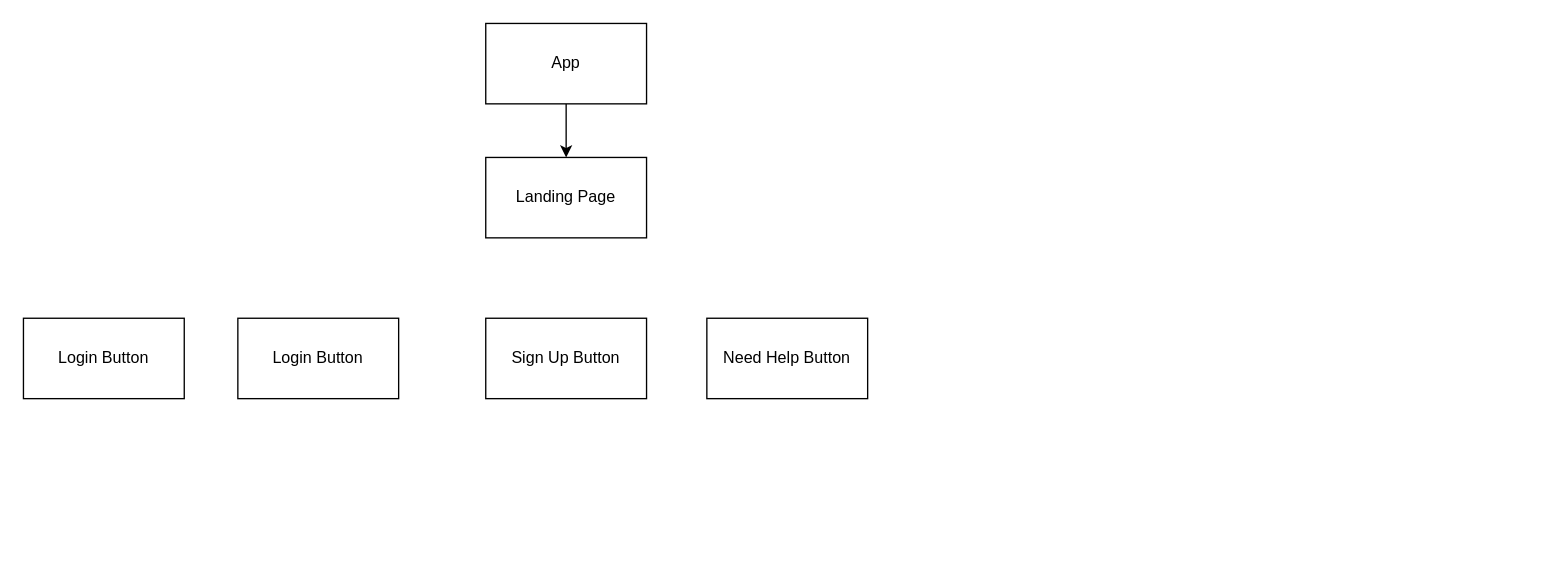
Earlier version of the draw.io diagram page "Page-1" (1 of 2) of Diagrams/Login_Component_Tree.drawio (usama-asghar1/EcoKitchen). Source tidied: cells renumbered, new cells numbered last; positions are measured from the earlier drawing's top-left corner, leaving out a move shared by most shapes. Both pictures are drawn from the tidied source at 134%, with x=0, y=0 at pixel (23, 23).
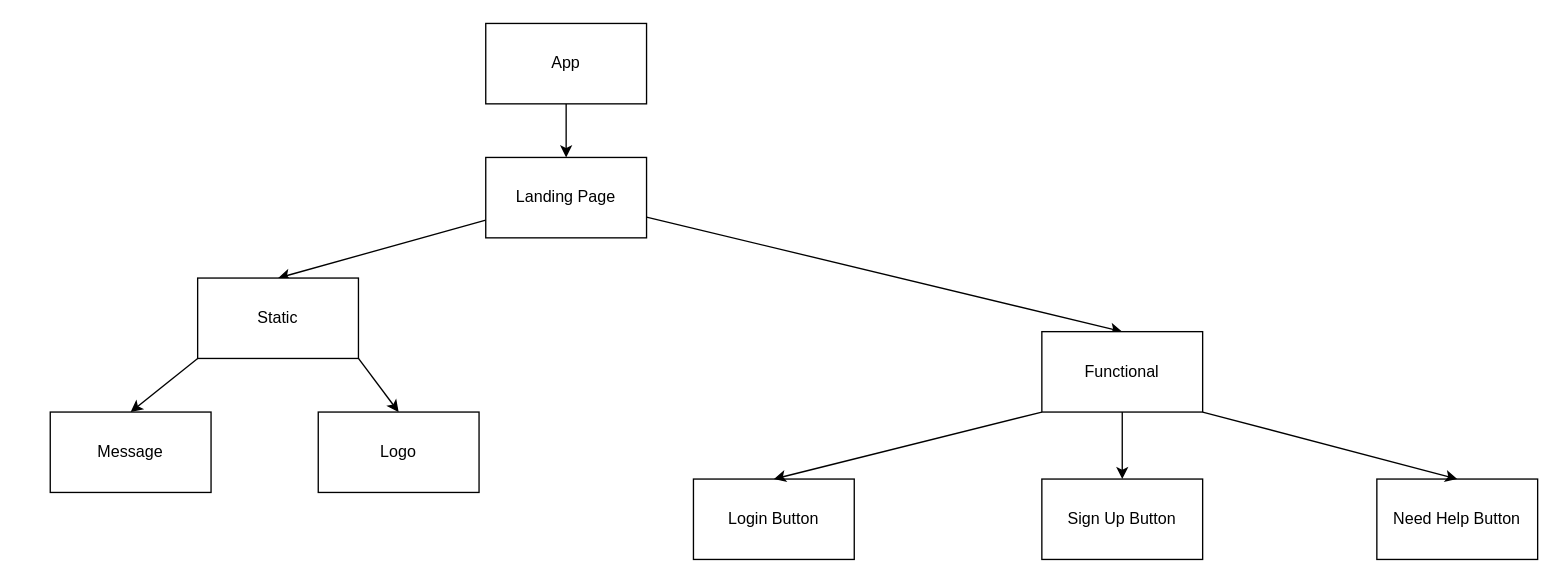
The same page after the edit.

Commit message:
started login/register component tree 2

What changed in the source:
```diff
@@
 <mxGraphModel>
   <root>
     <mxCell id="0" />
     <mxCell id="1" parent="0" />
     <mxCell id="2" style="edgeStyle=none;html=1;" parent="1" edge="1" source="3" target="4">
       <mxGeometry relative="1" as="geometry" />
     </mxCell>
     <mxCell id="3" value="App" style="rounded=0;whiteSpace=wrap;html=1;" parent="1" vertex="1">
       <mxGeometry x="345" width="120" height="60" as="geometry" />
     </mxCell>
+    <mxCell id="9" style="edgeStyle=none;html=1;entryX=0.5;entryY=0;entryDx=0;entryDy=0;" parent="1" edge="1" source="4" target="18">
+      <mxGeometry relative="1" as="geometry" />
+    </mxCell>
+    <mxCell id="10" style="edgeStyle=none;html=1;entryX=0.5;entryY=0;entryDx=0;entryDy=0;" parent="1" edge="1" source="4" target="14">
+      <mxGeometry relative="1" as="geometry" />
+    </mxCell>
     <mxCell id="4" value="Landing Page" style="rounded=0;whiteSpace=wrap;html=1;" parent="1" vertex="1">
       <mxGeometry x="345" y="100" width="120" height="60" as="geometry" />
     </mxCell>
     <mxCell id="5" value="Login Button" style="rounded=0;whiteSpace=wrap;html=1;" parent="1" vertex="1">
-      <mxGeometry x="160" y="220" width="120" height="60" as="geometry" />
+      <mxGeometry x="500" y="340" width="120" height="60" as="geometry" />
     </mxCell>
     <mxCell id="6" value="Sign Up Button" style="rounded=0;whiteSpace=wrap;html=1;" parent="1" vertex="1">
-      <mxGeometry x="345" y="220" width="120" height="60" as="geometry" />
+      <mxGeometry x="760" y="340" width="120" height="60" as="geometry" />
     </mxCell>
     <mxCell id="7" value="Need Help Button" style="rounded=0;whiteSpace=wrap;html=1;" parent="1" vertex="1">
-      <mxGeometry x="510" y="220" width="120" height="60" as="geometry" />
+      <mxGeometry x="1010" y="340" width="120" height="60" as="geometry" />
     </mxCell>
-    <mxCell id="8" value="Login Button" style="rounded=0;whiteSpace=wrap;html=1;" parent="1" vertex="1">
-      <mxGeometry y="220" width="120" height="60" as="geometry" />
+    <mxCell id="8" value="Message&lt;br&gt;" style="rounded=0;whiteSpace=wrap;html=1;" parent="1" vertex="1">
+      <mxGeometry x="20" y="290" width="120" height="60" as="geometry" />
     </mxCell>
+    <mxCell id="11" value="Logo" style="rounded=0;whiteSpace=wrap;html=1;" parent="1" vertex="1">
+      <mxGeometry x="220" y="290" width="120" height="60" as="geometry" />
+    </mxCell>
+    <mxCell id="12" style="edgeStyle=none;html=1;exitX=0;exitY=1;exitDx=0;exitDy=0;entryX=0.5;entryY=0;entryDx=0;entryDy=0;" parent="1" edge="1" source="14" target="8">
+      <mxGeometry relative="1" as="geometry" />
+    </mxCell>
+    <mxCell id="13" style="edgeStyle=none;html=1;exitX=1;exitY=1;exitDx=0;exitDy=0;entryX=0.5;entryY=0;entryDx=0;entryDy=0;" parent="1" edge="1" source="14" target="11">
+      <mxGeometry relative="1" as="geometry" />
+    </mxCell>
+    <mxCell id="14" value="Static" style="rounded=0;whiteSpace=wrap;html=1;" parent="1" vertex="1">
+      <mxGeometry x="130" y="190" width="120" height="60" as="geometry" />
+    </mxCell>
+    <mxCell id="15" style="edgeStyle=none;html=1;exitX=0.5;exitY=1;exitDx=0;exitDy=0;entryX=0.5;entryY=0;entryDx=0;entryDy=0;" parent="1" edge="1" source="18" target="6">
+      <mxGeometry relative="1" as="geometry" />
+    </mxCell>
+    <mxCell id="16" style="edgeStyle=none;html=1;exitX=0;exitY=1;exitDx=0;exitDy=0;entryX=0.5;entryY=0;entryDx=0;entryDy=0;" parent="1" edge="1" source="18" target="5">
+      <mxGeometry relative="1" as="geometry" />
+    </mxCell>
+    <mxCell id="17" style="edgeStyle=none;html=1;exitX=1;exitY=1;exitDx=0;exitDy=0;entryX=0.5;entryY=0;entryDx=0;entryDy=0;" parent="1" edge="1" source="18" target="7">
+      <mxGeometry relative="1" as="geometry" />
+    </mxCell>
+    <mxCell id="18" value="Functional" style="rounded=0;whiteSpace=wrap;html=1;" parent="1" vertex="1">
+      <mxGeometry x="760" y="230" width="120" height="60" as="geometry" />
+    </mxCell>
   </root>
 </mxGraphModel>
```
